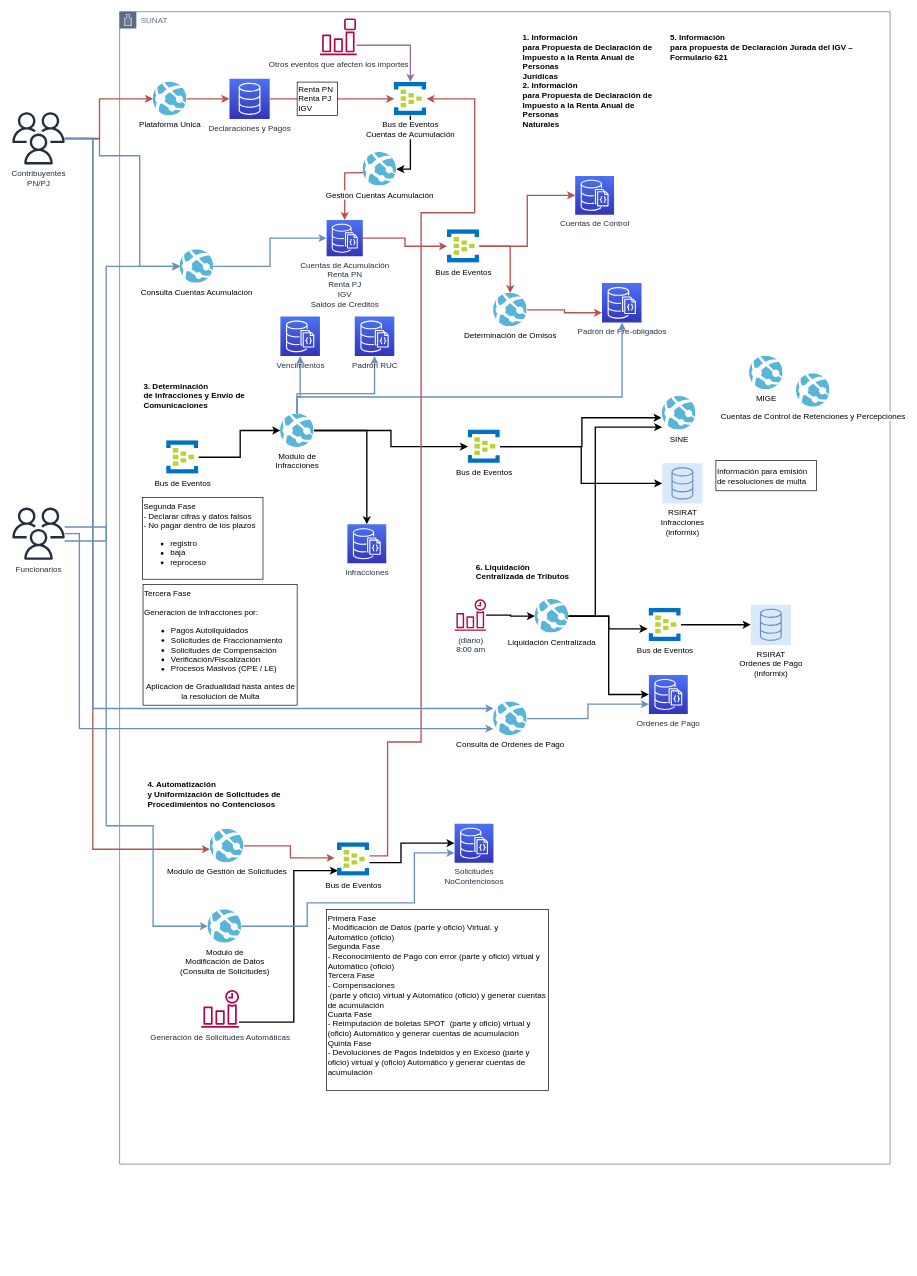
Above: Diagrama Arquitectura CU 2022.drawio in skynet25/cuentaunica (draw.io), before the change. Source tidied: cells renumbered, new cells numbered last; positions are measured from the earlier drawing's top-left corner, leaving out a move shared by most shapes. Both pictures are drawn from the tidied source at 67%, with x=0, y=0 at pixel (12, 11).
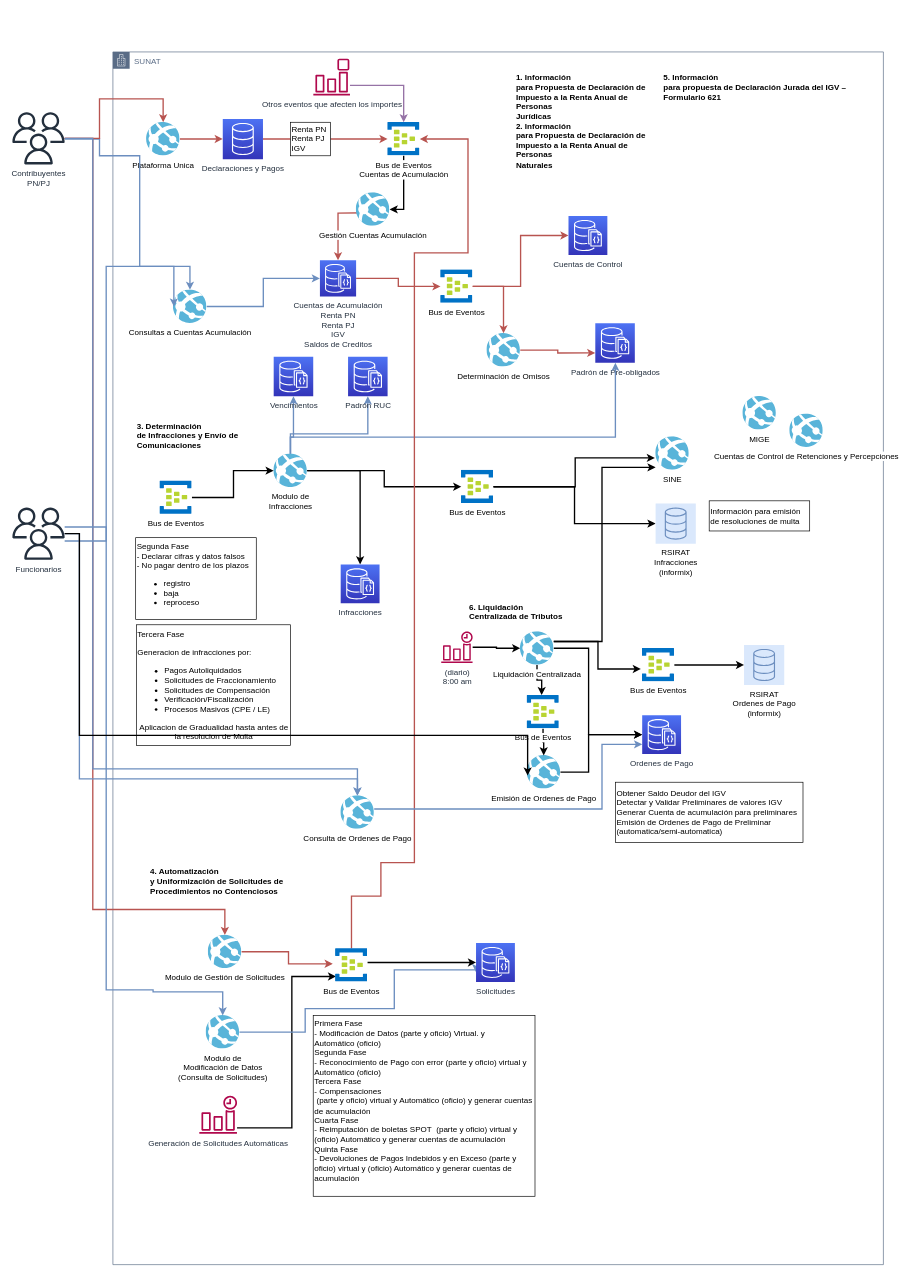
The same page after the edit.

Unchanged cells that the change refers to:
```xml
<mxCell id="16" value="Bus de Eventos&lt;br&gt;Cuentas de Acumulación" style="sketch=0;html=1;points=[];align=center;image;fontSize=12;image=img/lib/mscae/Event_Hubs.svg;" parent="2" vertex="1">
  <mxGeometry x="410" y="105" width="48" height="50" as="geometry" />
</mxCell>
<mxCell id="64" value="Bus de Eventos" style="sketch=0;html=1;points=[];align=center;image;fontSize=12;image=img/lib/mscae/Event_Hubs.svg;" parent="2" vertex="1">
  <mxGeometry x="790" y="890" width="48" height="50" as="geometry" />
</mxCell>
<mxCell id="66" value="Ordenes de Pago" style="sketch=0;points=[[0,0,0],[0.25,0,0],[0.5,0,0],[0.75,0,0],[1,0,0],[0,1,0],[0.25,1,0],[0.5,1,0],[0.75,1,0],[1,1,0],[0,0.25,0],[0,0.5,0],[0,0.75,0],[1,0.25,0],[1,0.5,0],[1,0.75,0]];outlineConnect=0;fontColor=#232F3E;gradientColor=#4D72F3;gradientDirection=north;fillColor=#3334B9;strokeColor=#ffffff;dashed=0;verticalLabelPosition=bottom;verticalAlign=top;align=center;html=1;fontSize=12;fontStyle=0;shape=mxgraph.aws4.resourceIcon;resIcon=mxgraph.aws4.documentdb_with_mongodb_compatibility;" parent="2" vertex="1">
  <mxGeometry x="790" y="990" width="58" height="58" as="geometry" />
</mxCell>
<mxCell id="71" value="SINE" style="sketch=0;html=1;points=[];align=center;image;fontSize=12;image=img/lib/mscae/App_Services.svg;" parent="2" vertex="1">
  <mxGeometry x="810" y="574" width="50" height="50" as="geometry" />
</mxCell>
<mxCell id="78" value="Contribuyentes&lt;br&gt;PN/PJ" style="sketch=0;outlineConnect=0;fontColor=#232F3E;gradientColor=none;fillColor=#232F3D;strokeColor=none;dashed=0;verticalLabelPosition=bottom;verticalAlign=top;align=center;html=1;fontSize=12;fontStyle=0;shape=mxgraph.aws4.users;" parent="1" vertex="1">
  <mxGeometry y="150" width="78" height="78" as="geometry" />
</mxCell>
<mxCell id="82" value="Funcionarios" style="sketch=0;outlineConnect=0;fontColor=#232F3E;gradientColor=none;fillColor=#232F3D;strokeColor=none;dashed=0;verticalLabelPosition=bottom;verticalAlign=top;align=center;html=1;fontSize=12;fontStyle=0;shape=mxgraph.aws4.users;" parent="1" vertex="1">
  <mxGeometry y="740" width="78" height="78" as="geometry" />
</mxCell>
```

Change to the diagram source:
```diff
@@
     <mxCell id="2" value="SUNAT" style="gradientColor=none;html=1;whiteSpace=wrap;fontSize=12;fontStyle=0;shape=mxgraph.aws4.group;grIcon=mxgraph.aws4.group_corporate_data_center;strokeColor=#5A6C86;fillColor=none;verticalAlign=top;align=left;spacingLeft=30;fontColor=#5A6C86;dashed=0;" parent="1" vertex="1">
-      <mxGeometry x="160" width="1150" height="1720" as="geometry" />
+      <mxGeometry x="150" y="60" width="1150" height="1810" as="geometry" />
     </mxCell>
@@
-    <mxCell id="8" value="Consulta Cuentas Acumulacion" style="sketch=0;html=1;points=[];align=center;image;fontSize=12;image=img/lib/mscae/App_Services.svg;" parent="2" vertex="1">
+    <mxCell id="8" value="Consultas a Cuentas Acumulación" style="sketch=0;html=1;points=[];align=center;image;fontSize=12;image=img/lib/mscae/App_Services.svg;" parent="2" vertex="1">
       <mxGeometry x="90" y="355" width="50" height="50" as="geometry" />
     </mxCell>
@@
     <mxCell id="34" value="Modulo de Gestión de Solicitudes" style="sketch=0;html=1;points=[];align=center;image;fontSize=12;image=img/lib/mscae/App_Services.svg;" parent="2" vertex="1">
-      <mxGeometry x="135" y="1220" width="50" height="50" as="geometry" />
+      <mxGeometry x="142.1" y="1318" width="50" height="50" as="geometry" />
     </mxCell>
@@
     <mxCell id="39" value="&lt;b style=&quot;mso-bidi-font-weight:normal&quot;&gt;&lt;span lang=&quot;ES&quot;&gt;4. Automatización&lt;br&gt;y Uniformización de Solicitudes de Procedimientos no Contenciosos&lt;/span&gt;&lt;/b&gt;&lt;span lang=&quot;ES&quot;&gt;&amp;nbsp;&lt;/span&gt;" style="text;whiteSpace=wrap;html=1;" parent="2" vertex="1">
-      <mxGeometry x="40" y="1140" width="280" height="50" as="geometry" />
+      <mxGeometry x="54" y="1210" width="280" height="50" as="geometry" />
     </mxCell>
     <mxCell id="40" style="edgeStyle=orthogonalEdgeStyle;rounded=0;jettySize=auto;html=1;entryX=0.021;entryY=0.84;entryDx=0;entryDy=0;entryPerimeter=0;strokeWidth=2;" parent="2" edge="1" source="41" target="47">
       <mxGeometry relative="1" as="geometry">
         <Array as="points">
-          <mxPoint x="260" y="1508" />
-          <mxPoint x="260" y="1282" />
+          <mxPoint x="267.1" y="1606" />
+          <mxPoint x="267.1" y="1380" />
         </Array>
       </mxGeometry>
     </mxCell>
     <mxCell id="41" value="Generación de Solicitudes Automáticas" style="sketch=0;outlineConnect=0;fontColor=#232F3E;gradientColor=none;fillColor=#B0084D;strokeColor=none;dashed=0;verticalLabelPosition=bottom;verticalAlign=top;align=center;html=1;fontSize=12;fontStyle=0;shape=mxgraph.aws4.event_time_based;" parent="2" vertex="1">
-      <mxGeometry x="121.8" y="1460" width="56.5" height="56.5" as="geometry" />
+      <mxGeometry x="128.9" y="1558" width="56.5" height="56.5" as="geometry" />
     </mxCell>
     <mxCell id="42" style="edgeStyle=orthogonalEdgeStyle;rounded=0;jettySize=auto;html=1;entryX=0;entryY=0.75;entryDx=0;entryDy=0;entryPerimeter=0;strokeWidth=2;fillColor=#dae8fc;strokeColor=#6c8ebf;" parent="2" edge="1" source="43" target="44">
       <mxGeometry relative="1" as="geometry">
         <Array as="points">
-          <mxPoint x="280" y="1365" />
-          <mxPoint x="280" y="1330" />
-          <mxPoint x="440" y="1330" />
-          <mxPoint x="440" y="1256" />
+          <mxPoint x="287" y="1463" />
+          <mxPoint x="287" y="1428" />
+          <mxPoint x="420" y="1428" />
+          <mxPoint x="420" y="1370" />
+          <mxPoint x="542" y="1370" />
         </Array>
       </mxGeometry>
     </mxCell>
     <mxCell id="43" value="Modulo de &lt;br&gt;Modificación de Datos&lt;br&gt;(Consulta de Solicitudes)" style="sketch=0;html=1;points=[];align=center;image;fontSize=12;image=img/lib/mscae/App_Services.svg;" parent="2" vertex="1">
-      <mxGeometry x="131.8" y="1340" width="50" height="50" as="geometry" />
+      <mxGeometry x="138.9" y="1438" width="50" height="50" as="geometry" />
     </mxCell>
-    <mxCell id="44" value="Solicitudes&lt;br&gt;NoContenciosos" style="sketch=0;points=[[0,0,0],[0.25,0,0],[0.5,0,0],[0.75,0,0],[1,0,0],[0,1,0],[0.25,1,0],[0.5,1,0],[0.75,1,0],[1,1,0],[0,0.25,0],[0,0.5,0],[0,0.75,0],[1,0.25,0],[1,0.5,0],[1,0.75,0]];outlineConnect=0;fontColor=#232F3E;gradientColor=#4D72F3;gradientDirection=north;fillColor=#3334B9;strokeColor=#ffffff;dashed=0;verticalLabelPosition=bottom;verticalAlign=top;align=center;html=1;fontSize=12;fontStyle=0;shape=mxgraph.aws4.resourceIcon;resIcon=mxgraph.aws4.documentdb_with_mongodb_compatibility;" parent="2" vertex="1">
-      <mxGeometry x="500" y="1212" width="58" height="58" as="geometry" />
+    <mxCell id="44" value="Solicitudes" style="sketch=0;points=[[0,0,0],[0.25,0,0],[0.5,0,0],[0.75,0,0],[1,0,0],[0,1,0],[0.25,1,0],[0.5,1,0],[0.75,1,0],[1,1,0],[0,0.25,0],[0,0.5,0],[0,0.75,0],[1,0.25,0],[1,0.5,0],[1,0.75,0]];outlineConnect=0;fontColor=#232F3E;gradientColor=#4D72F3;gradientDirection=north;fillColor=#3334B9;strokeColor=#ffffff;dashed=0;verticalLabelPosition=bottom;verticalAlign=top;align=center;html=1;fontSize=12;fontStyle=0;shape=mxgraph.aws4.resourceIcon;resIcon=mxgraph.aws4.documentdb_with_mongodb_compatibility;" parent="2" vertex="1">
+      <mxGeometry x="542" y="1330" width="58" height="58" as="geometry" />
     </mxCell>
     <mxCell id="45" style="edgeStyle=orthogonalEdgeStyle;rounded=0;jettySize=auto;html=1;entryX=0;entryY=0.5;entryDx=0;entryDy=0;entryPerimeter=0;strokeWidth=2;" parent="2" edge="1" source="47" target="44">
       <mxGeometry relative="1" as="geometry">
         <Array as="points">
-          <mxPoint x="420" y="1270" />
-          <mxPoint x="420" y="1241" />
+          <mxPoint x="420" y="1359" />
+          <mxPoint x="420" y="1359" />
         </Array>
       </mxGeometry>
     </mxCell>
     <mxCell id="46" style="edgeStyle=orthogonalEdgeStyle;rounded=0;jettySize=auto;html=1;strokeWidth=2;fillColor=#f8cecc;strokeColor=#b85450;" parent="2" edge="1" source="47" target="16">
       <mxGeometry relative="1" as="geometry">
         <Array as="points">
           <mxPoint x="400" y="1260" />
-          <mxPoint x="400" y="1090" />
-          <mxPoint x="450" y="1090" />
+          <mxPoint x="400" y="1210" />
+          <mxPoint x="450" y="1210" />
           <mxPoint x="450" y="300" />
           <mxPoint x="530" y="300" />
           <mxPoint x="530" y="130" />
         </Array>
       </mxGeometry>
     </mxCell>
     <mxCell id="47" value="Bus de Eventos" style="sketch=0;html=1;points=[];align=center;image;fontSize=12;image=img/lib/mscae/Event_Hubs.svg;" parent="2" vertex="1">
-      <mxGeometry x="325" y="1240" width="48" height="50" as="geometry" />
+      <mxGeometry x="332.1" y="1338" width="48" height="50" as="geometry" />
     </mxCell>
     <mxCell id="48" value="&lt;div&gt;&lt;span style=&quot;text-align: center; background-color: rgb(255, 255, 255);&quot;&gt;Primera Fase&lt;/span&gt;&lt;br style=&quot;text-align: center;&quot;&gt;&lt;span style=&quot;text-align: center; background-color: rgb(255, 255, 255);&quot;&gt;- Modificación de Datos (parte y oficio) Virtual. y Automático&amp;nbsp;(oficio)&lt;/span&gt;&lt;/div&gt;&lt;div&gt;&lt;span style=&quot;text-align: center; background-color: rgb(255, 255, 255);&quot;&gt;Segunda Fase&lt;/span&gt;&lt;/div&gt;&lt;div&gt;&lt;span style=&quot;text-align: center; background-color: rgb(255, 255, 255);&quot;&gt;- Reconocimiento de Pago con error (parte y oficio) virtual y Automático&amp;nbsp;(oficio)&amp;nbsp;&lt;/span&gt;&lt;/div&gt;&lt;div&gt;&lt;span style=&quot;text-align: center; background-color: rgb(255, 255, 255);&quot;&gt;Tercera Fase&lt;/span&gt;&lt;/div&gt;&lt;div&gt;&lt;span style=&quot;text-align: center; background-color: rgb(255, 255, 255);&quot;&gt;- Compensaciones&amp;nbsp;&lt;/span&gt;&lt;/div&gt;&lt;span style=&quot;text-align: center; background-color: rgb(255, 255, 255);&quot;&gt;&amp;nbsp;(parte y oficio) virtual y Automático&amp;nbsp;(oficio) y generar cuentas de acumulación&lt;br&gt;Cuarta Fase&lt;br&gt;- Reimputación de boletas SPOT&amp;nbsp;&lt;/span&gt;&lt;span style=&quot;text-align: center; background-color: rgb(255, 255, 255);&quot;&gt;&amp;nbsp;(parte y oficio) virtual y (oficio) Automático y generar cuentas de acumulación&lt;br&gt;&lt;/span&gt;Quinta Fase&lt;br&gt;- Devoluciones de Pagos Indebidos y en Exceso&amp;nbsp;&lt;span style=&quot;text-align: center; background-color: rgb(255, 255, 255);&quot;&gt;(parte y oficio) virtual y (oficio) Automático y generar cuentas de acumulación&lt;/span&gt;&lt;br style=&quot;text-align: center;&quot;&gt;&lt;span style=&quot;text-align: center; background-color: rgb(255, 255, 255);&quot;&gt;&lt;br&gt;&lt;/span&gt;" style="rounded=0;whiteSpace=wrap;html=1;align=left;" parent="2" vertex="1">
-      <mxGeometry x="309" y="1340" width="331" height="270" as="geometry" />
+      <mxGeometry x="299" y="1438" width="331" height="270" as="geometry" />
     </mxCell>
@@
     <mxCell id="61" style="edgeStyle=orthogonalEdgeStyle;rounded=0;jettySize=auto;html=1;entryX=-0.042;entryY=0.62;entryDx=0;entryDy=0;entryPerimeter=0;strokeWidth=2;" parent="2" edge="1" source="73" target="64">
-      <mxGeometry relative="1" as="geometry" />
+      <mxGeometry relative="1" as="geometry">
+        <Array as="points">
+          <mxPoint x="724" y="880" />
+          <mxPoint x="724" y="921" />
+        </Array>
+      </mxGeometry>
     </mxCell>
     <mxCell id="62" style="edgeStyle=orthogonalEdgeStyle;rounded=0;jettySize=auto;html=1;entryX=0;entryY=0.5;entryDx=0;entryDy=0;entryPerimeter=0;strokeWidth=2;startArrow=none;" parent="2" edge="1" source="73" target="66">
-      <mxGeometry relative="1" as="geometry" />
+      <mxGeometry relative="1" as="geometry">
+        <Array as="points">
+          <mxPoint x="710" y="890" />
+          <mxPoint x="710" y="1019" />
+        </Array>
+      </mxGeometry>
     </mxCell>
@@
     <mxCell id="67" style="edgeStyle=orthogonalEdgeStyle;rounded=0;jettySize=auto;html=1;entryX=0;entryY=0.75;entryDx=0;entryDy=0;entryPerimeter=0;strokeWidth=2;fillColor=#dae8fc;strokeColor=#6c8ebf;" parent="2" edge="1" source="68" target="66">
-      <mxGeometry relative="1" as="geometry" />
+      <mxGeometry relative="1" as="geometry">
+        <Array as="points">
+          <mxPoint x="730" y="1130" />
+          <mxPoint x="730" y="1034" />
+        </Array>
+      </mxGeometry>
     </mxCell>
     <mxCell id="68" value="Consulta de Ordenes de Pago" style="sketch=0;html=1;points=[];align=center;image;fontSize=12;image=img/lib/mscae/App_Services.svg;" parent="2" vertex="1">
-      <mxGeometry x="558" y="1030" width="50" height="50" as="geometry" />
+      <mxGeometry x="340" y="1110" width="50" height="50" as="geometry" />
     </mxCell>
@@
     <mxCell id="70" value="(diario)&lt;br&gt;8:00 am" style="sketch=0;outlineConnect=0;fontColor=#232F3E;gradientColor=none;fillColor=#B0084D;strokeColor=none;dashed=0;verticalLabelPosition=bottom;verticalAlign=top;align=center;html=1;fontSize=12;fontStyle=0;shape=mxgraph.aws4.event_time_based;" parent="2" vertex="1">
-      <mxGeometry x="500" y="877" width="47" height="47" as="geometry" />
+      <mxGeometry x="490" y="865" width="47" height="47" as="geometry" />
     </mxCell>
@@
     <mxCell id="72" style="edgeStyle=orthogonalEdgeStyle;rounded=0;jettySize=auto;html=1;strokeWidth=2;" parent="2" edge="1" source="73" target="71">
       <mxGeometry relative="1" as="geometry">
         <Array as="points">
-          <mxPoint x="710" y="902" />
-          <mxPoint x="710" y="620" />
+          <mxPoint x="730" y="880" />
+          <mxPoint x="730" y="620" />
         </Array>
       </mxGeometry>
     </mxCell>
+    <mxCell id="83" style="edgeStyle=orthogonalEdgeStyle;rounded=0;jettySize=auto;html=1;entryX=0.458;entryY=0;entryDx=0;entryDy=0;entryPerimeter=0;strokeWidth=2;" parent="2" edge="1" source="73" target="88">
+      <mxGeometry relative="1" as="geometry" />
+    </mxCell>
     <mxCell id="73" value="Liquidación Centralizada" style="sketch=0;html=1;points=[];align=center;image;fontSize=12;image=img/lib/mscae/App_Services.svg;" parent="2" vertex="1">
-      <mxGeometry x="620" y="877" width="50" height="50" as="geometry" />
+      <mxGeometry x="608" y="865" width="50" height="50" as="geometry" />
     </mxCell>
+    <mxCell id="84" value="&lt;div&gt;&lt;span style=&quot;background-color: rgb(255, 255, 255);&quot;&gt;Obtener Saldo Deudor del IGV&lt;/span&gt;&lt;/div&gt;&lt;div&gt;&lt;span style=&quot;background-color: rgb(255, 255, 255);&quot;&gt;Detectar y Validar Preliminares de valores IGV&lt;/span&gt;&lt;/div&gt;&lt;div&gt;&lt;span style=&quot;background-color: rgb(255, 255, 255);&quot;&gt;Generar Cuenta de acumulación para preliminares&lt;/span&gt;&lt;/div&gt;&lt;div&gt;&lt;span style=&quot;background-color: rgb(255, 255, 255);&quot;&gt;Emisión de Ordenes de Pago de Preliminar (automatica/semi-automatica)&lt;/span&gt;&lt;/div&gt;" style="rounded=0;whiteSpace=wrap;html=1;align=left;" parent="2" vertex="1">
+      <mxGeometry x="750" y="1090" width="280" height="90" as="geometry" />
+    </mxCell>
+    <mxCell id="85" style="edgeStyle=orthogonalEdgeStyle;rounded=0;jettySize=auto;html=1;entryX=0;entryY=0.5;entryDx=0;entryDy=0;entryPerimeter=0;strokeWidth=2;" parent="2" edge="1" source="86" target="66">
+      <mxGeometry relative="1" as="geometry">
+        <Array as="points">
+          <mxPoint x="710" y="1075" />
+          <mxPoint x="710" y="1019" />
+        </Array>
+      </mxGeometry>
+    </mxCell>
+    <mxCell id="86" value="Emisión de Ordenes de Pago" style="sketch=0;html=1;points=[];align=center;image;fontSize=12;image=img/lib/mscae/App_Services.svg;" parent="2" vertex="1">
+      <mxGeometry x="618" y="1050" width="50" height="50" as="geometry" />
+    </mxCell>
+    <mxCell id="87" style="edgeStyle=orthogonalEdgeStyle;rounded=0;jettySize=auto;html=1;strokeWidth=2;" parent="2" edge="1" source="88" target="86">
+      <mxGeometry relative="1" as="geometry" />
+    </mxCell>
+    <mxCell id="88" value="Bus de Eventos" style="sketch=0;html=1;points=[];align=center;image;fontSize=12;image=img/lib/mscae/Event_Hubs.svg;" parent="2" vertex="1">
+      <mxGeometry x="618" y="960" width="48" height="50" as="geometry" />
+    </mxCell>
@@
     <mxCell id="76" style="edgeStyle=orthogonalEdgeStyle;rounded=0;jettySize=auto;html=1;strokeWidth=2;fillColor=#f8cecc;strokeColor=#b85450;" parent="1" edge="1" source="78" target="34">
       <mxGeometry relative="1" as="geometry">
         <Array as="points">
           <mxPoint x="120" y="189" />
-          <mxPoint x="120" y="1250" />
+          <mxPoint x="120" y="1340" />
         </Array>
       </mxGeometry>
     </mxCell>
     <mxCell id="77" style="edgeStyle=orthogonalEdgeStyle;rounded=0;jettySize=auto;html=1;strokeWidth=2;fillColor=#dae8fc;strokeColor=#6c8ebf;" parent="1" edge="1" source="78" target="68">
       <mxGeometry relative="1" as="geometry">
         <Array as="points">
           <mxPoint x="120" y="189" />
-          <mxPoint x="120" y="1040" />
+          <mxPoint x="120" y="1130" />
         </Array>
       </mxGeometry>
     </mxCell>
@@
     <mxCell id="80" style="edgeStyle=orthogonalEdgeStyle;rounded=0;jettySize=auto;html=1;strokeWidth=2;strokeColor=#6c8ebf;fillColor=#dae8fc;" parent="1" edge="1" source="82" target="43">
       <mxGeometry relative="1" as="geometry">
         <Array as="points">
           <mxPoint x="140" y="769" />
-          <mxPoint x="140" y="1215" />
-          <mxPoint x="210" y="1215" />
-          <mxPoint x="210" y="1365" />
+          <mxPoint x="140" y="1460" />
+          <mxPoint x="210" y="1460" />
+          <mxPoint x="210" y="1463" />
         </Array>
       </mxGeometry>
     </mxCell>
     <mxCell id="81" style="edgeStyle=orthogonalEdgeStyle;rounded=0;jettySize=auto;html=1;strokeWidth=2;strokeColor=#6c8ebf;fillColor=#dae8fc;" parent="1" edge="1" source="82" target="68">
       <mxGeometry relative="1" as="geometry">
         <Array as="points">
           <mxPoint x="100" y="779" />
-          <mxPoint x="100" y="1070" />
+          <mxPoint x="100" y="1145" />
         </Array>
       </mxGeometry>
     </mxCell>
+    <mxCell id="89" style="edgeStyle=orthogonalEdgeStyle;rounded=0;jettySize=auto;html=1;entryX=0.02;entryY=0.6;entryDx=0;entryDy=0;entryPerimeter=0;strokeWidth=2;" parent="1" edge="1" source="82" target="86">
+      <mxGeometry relative="1" as="geometry">
+        <Array as="points">
+          <mxPoint x="100" y="779" />
+          <mxPoint x="100" y="1080" />
+        </Array>
+      </mxGeometry>
+    </mxCell>
```
